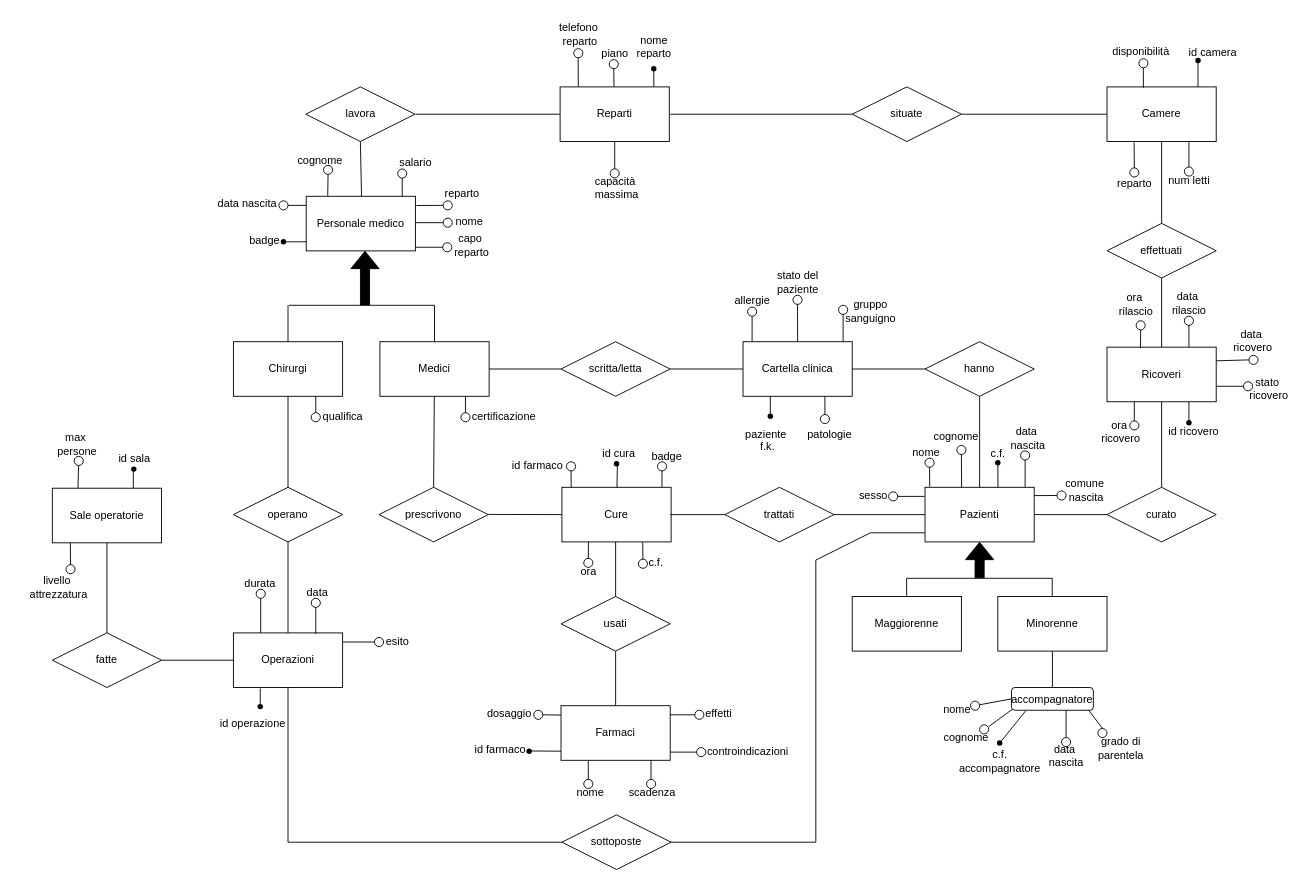
Above: ER-conc.drawio in MicheleDioli/UniPD-database-project-2024 (draw.io), before the change. Source tidied: cells renumbered, new cells numbered last; positions are measured from the earlier drawing's top-left corner, leaving out a move shared by most shapes. Both pictures are drawn from the tidied source at 91%, with x=0, y=0 at pixel (15, 15).
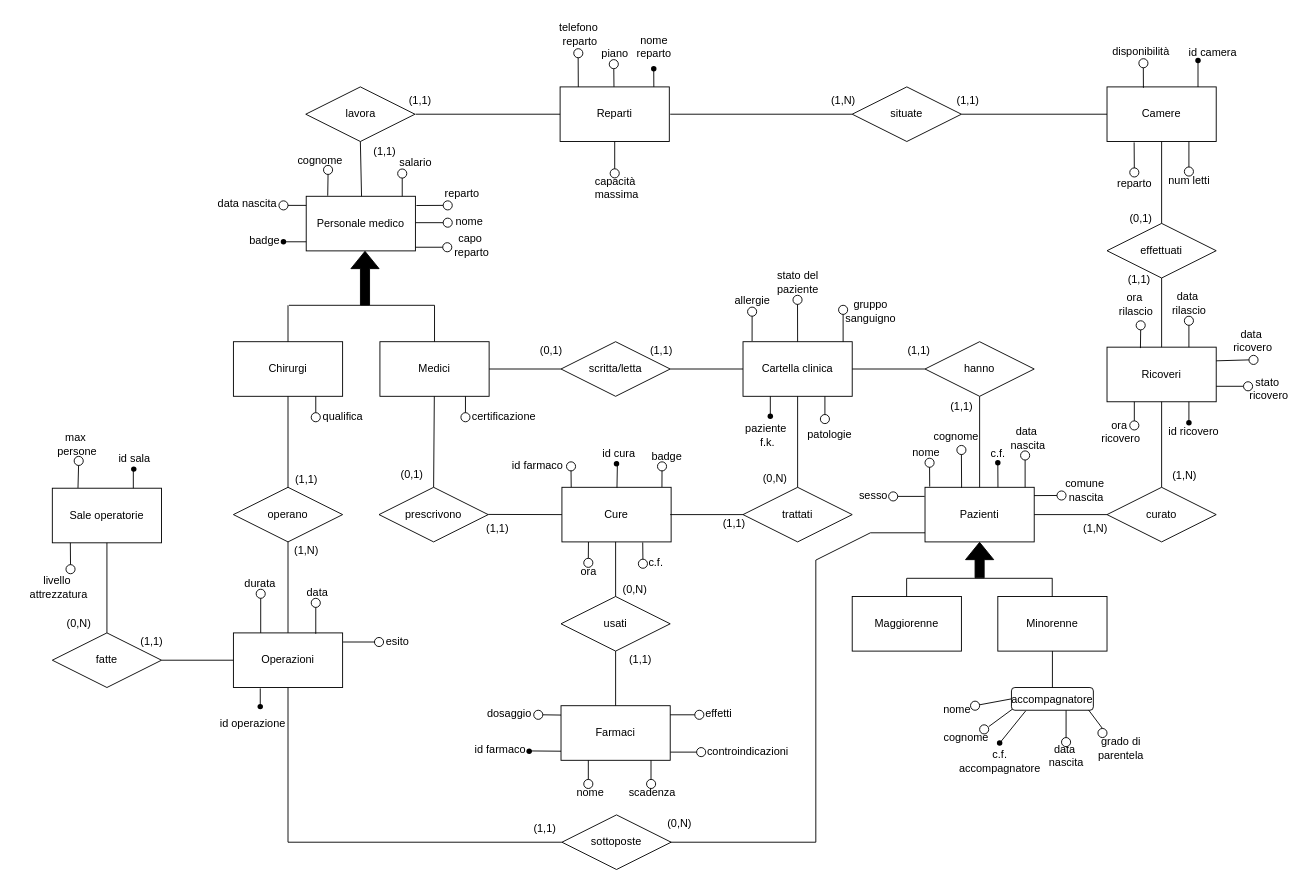
The same diagram, later.

Unchanged cells that the change refers to:
```xml
<mxCell id="5" value="Pazienti" style="rounded=0;whiteSpace=wrap;html=1;" parent="1" vertex="1">
  <mxGeometry x="999" y="518" width="120" height="60" as="geometry" />
</mxCell>
<mxCell id="12" value="Cartella clinica" style="rounded=0;whiteSpace=wrap;html=1;" parent="1" vertex="1">
  <mxGeometry x="799" y="358" width="120" height="60" as="geometry" />
</mxCell>
```

The edit, as a diff of the source:
```diff
@@
-    <mxCell id="175" value="paziente&lt;div&gt;&amp;nbsp;f.k.&lt;div&gt;&lt;br&gt;&lt;/div&gt;&lt;/div&gt;" style="text;html=1;align=center;verticalAlign=middle;strokeColor=none;fillColor=none;" parent="1" vertex="1">
-      <mxGeometry x="788.9" y="444" width="70" height="60" as="geometry" />
+    <mxCell id="175" value="paziente&lt;div&gt;&amp;nbsp;f.k.&lt;/div&gt;" style="text;html=1;align=center;verticalAlign=middle;strokeColor=none;fillColor=none;" parent="1" vertex="1">
+      <mxGeometry x="789" y="441" width="70" height="40" as="geometry" />
     </mxCell>
@@
     <mxCell id="198" value="trattati" style="shape=rhombus;perimeter=rhombusPerimeter;whiteSpace=wrap;html=1;align=center;" parent="1" vertex="1">
-      <mxGeometry x="779" y="518" width="120" height="60" as="geometry" />
+      <mxGeometry x="799" y="518" width="120" height="60" as="geometry" />
     </mxCell>
-    <mxCell id="199" style="endArrow=none;html=1;rounded=0;entryX=0;entryY=0.5;entryDx=0;entryDy=0;" parent="1" edge="1" target="5">
-      <mxGeometry relative="1" as="geometry">
-        <mxPoint x="899" y="548" as="sourcePoint" />
-      </mxGeometry>
-    </mxCell>
@@
+    <mxCell id="239" value="(1,1)" style="text;html=1;align=center;verticalAlign=middle;strokeColor=none;fillColor=none;" parent="1" vertex="1">
+      <mxGeometry x="124" y="673" width="50" height="30" as="geometry" />
+    </mxCell>
+    <mxCell id="240" value="(0,N)" style="text;html=1;align=center;verticalAlign=middle;strokeColor=none;fillColor=none;" parent="1" vertex="1">
+      <mxGeometry x="44" y="653" width="50" height="30" as="geometry" />
+    </mxCell>
+    <mxCell id="241" value="(1,1)" style="text;html=1;align=center;verticalAlign=middle;strokeColor=none;fillColor=none;" parent="1" vertex="1">
+      <mxGeometry x="556" y="878" width="50" height="30" as="geometry" />
+    </mxCell>
+    <mxCell id="242" value="(0,N)" style="text;html=1;align=center;verticalAlign=middle;strokeColor=none;fillColor=none;" parent="1" vertex="1">
+      <mxGeometry x="704" y="873" width="50" height="30" as="geometry" />
+    </mxCell>
+    <mxCell id="243" value="(1,1)" style="text;html=1;align=center;verticalAlign=middle;strokeColor=none;fillColor=none;" parent="1" vertex="1">
+      <mxGeometry x="379.5" y="134.2" width="50" height="30" as="geometry" />
+    </mxCell>
+    <mxCell id="244" value="(1,1)" style="text;html=1;align=center;verticalAlign=middle;strokeColor=none;fillColor=none;" parent="1" vertex="1">
+      <mxGeometry x="418.9" y="78" width="50" height="30" as="geometry" />
+    </mxCell>
+    <mxCell id="245" value="(1,1)" style="text;html=1;align=center;verticalAlign=middle;strokeColor=none;fillColor=none;" parent="1" vertex="1">
+      <mxGeometry x="294" y="495" width="50" height="30" as="geometry" />
+    </mxCell>
+    <mxCell id="246" value="(1,N)" style="text;html=1;align=center;verticalAlign=middle;strokeColor=none;fillColor=none;" parent="1" vertex="1">
+      <mxGeometry x="294" y="573" width="50" height="30" as="geometry" />
+    </mxCell>
+    <mxCell id="247" value="(0,1)" style="text;html=1;align=center;verticalAlign=middle;strokeColor=none;fillColor=none;" parent="1" vertex="1">
+      <mxGeometry x="410" y="489" width="50" height="30" as="geometry" />
+    </mxCell>
+    <mxCell id="248" value="(1,1)" style="text;html=1;align=center;verticalAlign=middle;strokeColor=none;fillColor=none;" parent="1" vertex="1">
+      <mxGeometry x="504" y="549" width="50" height="30" as="geometry" />
+    </mxCell>
+    <mxCell id="249" value="(1,1)" style="text;html=1;align=center;verticalAlign=middle;strokeColor=none;fillColor=none;" parent="1" vertex="1">
+      <mxGeometry x="660.9" y="693" width="50" height="30" as="geometry" />
+    </mxCell>
+    <mxCell id="250" value="(0,N)" style="text;html=1;align=center;verticalAlign=middle;strokeColor=none;fillColor=none;" parent="1" vertex="1">
+      <mxGeometry x="655" y="616" width="50" height="30" as="geometry" />
+    </mxCell>
+    <mxCell id="251" style="endArrow=none;html=1;exitX=0.5;exitY=0;exitDx=0;exitDy=0;entryX=0.5;entryY=1;entryDx=0;entryDy=0;" parent="1" edge="1" source="198" target="12">
+      <mxGeometry relative="1" as="geometry" />
+    </mxCell>
+    <mxCell id="252" value="(1,1)" style="text;html=1;align=center;verticalAlign=middle;strokeColor=none;fillColor=none;" parent="1" vertex="1">
+      <mxGeometry x="764" y="543" width="50" height="30" as="geometry" />
+    </mxCell>
+    <mxCell id="253" value="(0,N)" style="text;html=1;align=center;verticalAlign=middle;strokeColor=none;fillColor=none;" parent="1" vertex="1">
+      <mxGeometry x="809" y="494" width="50" height="30" as="geometry" />
+    </mxCell>
+    <mxCell id="254" value="(1,1)" style="text;html=1;align=center;verticalAlign=middle;strokeColor=none;fillColor=none;" parent="1" vertex="1">
+      <mxGeometry x="967" y="353" width="50" height="30" as="geometry" />
+    </mxCell>
+    <mxCell id="255" value="(1,1)" style="text;html=1;align=center;verticalAlign=middle;strokeColor=none;fillColor=none;" parent="1" vertex="1">
+      <mxGeometry x="1014" y="414" width="50" height="30" as="geometry" />
+    </mxCell>
+    <mxCell id="256" value="(1,N)" style="text;html=1;align=center;verticalAlign=middle;strokeColor=none;fillColor=none;" parent="1" vertex="1">
+      <mxGeometry x="1161" y="549" width="50" height="30" as="geometry" />
+    </mxCell>
+    <mxCell id="257" value="(1,N)" style="text;html=1;align=center;verticalAlign=middle;strokeColor=none;fillColor=none;" parent="1" vertex="1">
+      <mxGeometry x="1259" y="490" width="50" height="30" as="geometry" />
+    </mxCell>
+    <mxCell id="258" value="(1,1)" style="text;html=1;align=center;verticalAlign=middle;strokeColor=none;fillColor=none;" parent="1" vertex="1">
+      <mxGeometry x="1209" y="275" width="50" height="30" as="geometry" />
+    </mxCell>
+    <mxCell id="259" value="(0,1)" style="text;html=1;align=center;verticalAlign=middle;strokeColor=none;fillColor=none;" parent="1" vertex="1">
+      <mxGeometry x="1211" y="208.2" width="50" height="30" as="geometry" />
+    </mxCell>
+    <mxCell id="260" value="(1,N)" style="text;html=1;align=center;verticalAlign=middle;strokeColor=none;fillColor=none;" parent="1" vertex="1">
+      <mxGeometry x="884" y="78" width="50" height="30" as="geometry" />
+    </mxCell>
+    <mxCell id="261" value="(1,1)" style="text;html=1;align=center;verticalAlign=middle;strokeColor=none;fillColor=none;" parent="1" vertex="1">
+      <mxGeometry x="1021" y="78" width="50" height="30" as="geometry" />
+    </mxCell>
+    <mxCell id="262" value="(0,1)" style="text;html=1;align=center;verticalAlign=middle;strokeColor=none;fillColor=none;" parent="1" vertex="1">
+      <mxGeometry x="563" y="353" width="50" height="30" as="geometry" />
+    </mxCell>
+    <mxCell id="263" value="(1,1)" style="text;html=1;align=center;verticalAlign=middle;strokeColor=none;fillColor=none;" parent="1" vertex="1">
+      <mxGeometry x="684" y="353" width="50" height="30" as="geometry" />
+    </mxCell>
```
